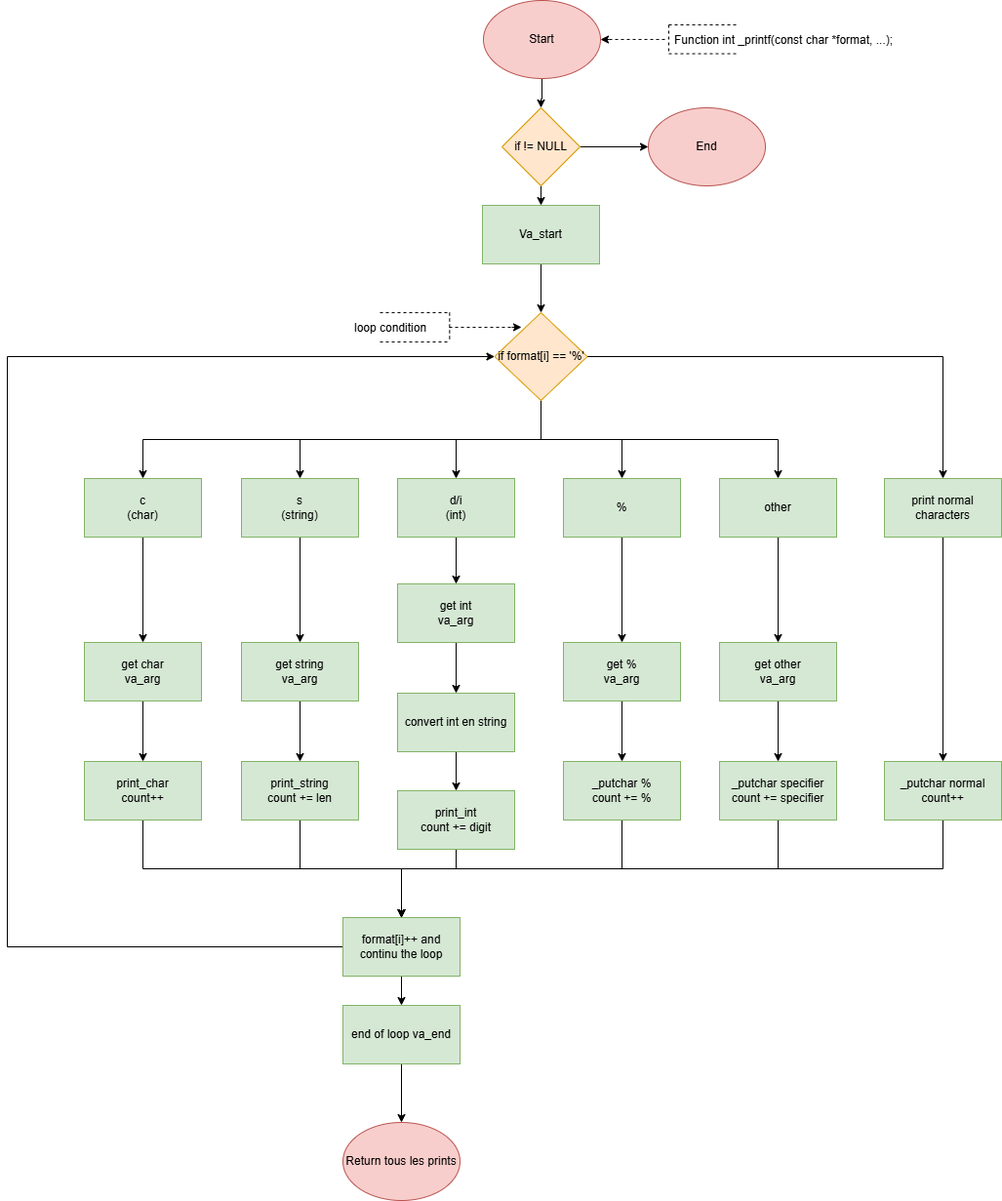
This is image/Diagramme.png from Gwendal-B/holbertonschool-printf, a draw.io export, as it was before one commit. Source tidied: cells renumbered, new cells last; positions are measured from the earlier drawing's top-left corner, leaving out a move shared by most shapes.
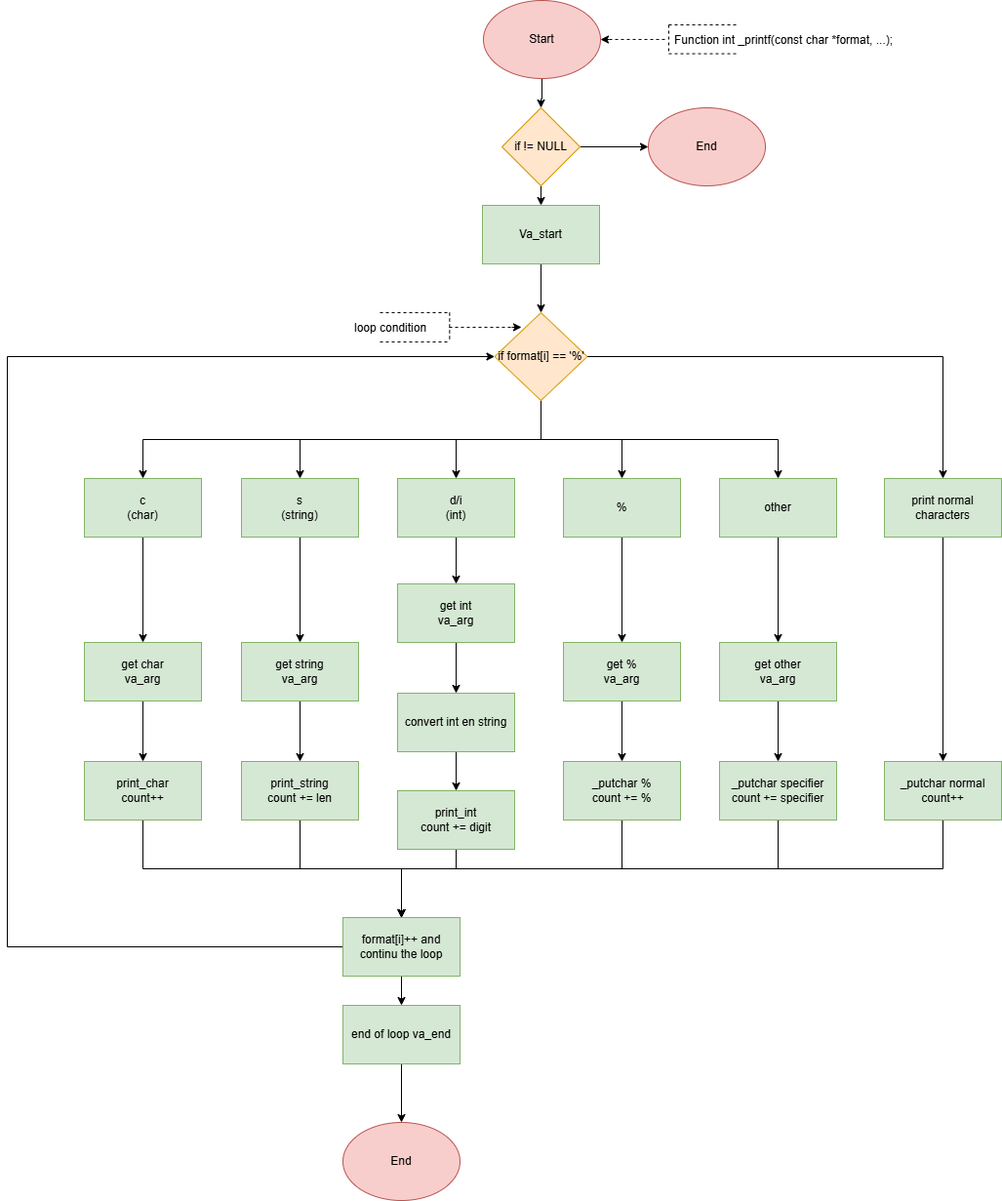
Above is the later version.

Change to the diagram source:
```diff
@@ -172,7 +172,7 @@
     <mxCell id="48" value="format[i]++ and continu the loop" style="rounded=0;whiteSpace=wrap;html=1;fillColor=#d5e8d4;strokeColor=#82b366;" parent="1" vertex="1">
       <mxGeometry x="344" y="940" width="120" height="60" as="geometry" />
     </mxCell>
-    <mxCell id="49" value="Return tous les prints" style="ellipse;whiteSpace=wrap;html=1;fillColor=#f8cecc;strokeColor=#b85450;" parent="1" vertex="1">
+    <mxCell id="49" value="End" style="ellipse;whiteSpace=wrap;html=1;fillColor=#f8cecc;strokeColor=#b85450;" parent="1" vertex="1">
       <mxGeometry x="344" y="1150" width="120" height="80" as="geometry" />
     </mxCell>
     <mxCell id="50" style="edgeStyle=orthogonalEdgeStyle;rounded=0;orthogonalLoop=1;jettySize=auto;html=1;entryX=1;entryY=0.5;entryDx=0;entryDy=0;" parent="1" edge="1">
```
